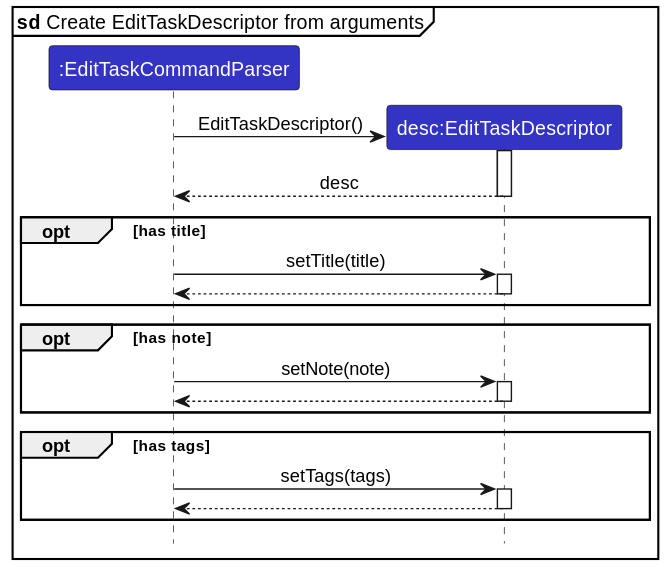
This is docs/assets/svg/dg/SDCreateEditTaskDescriptor.svg from pra-navi/tp, a PlantUML export, as it was before one commit.
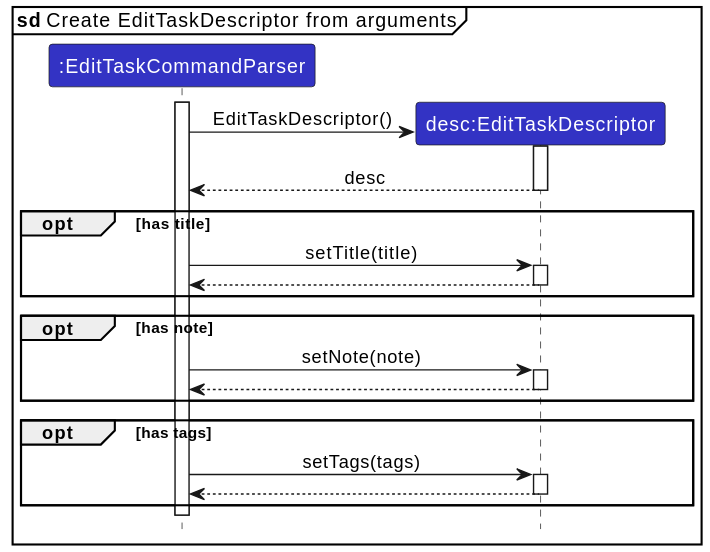
The same file after the commit.

The edit, as a diff of the source:
```diff
@@ -8,7 +8,8 @@
 participant ":EditTaskCommandParser" as EditTaskCommandParser LOGIC_COLOR
 participant "desc:EditTaskDescriptor" as EditTaskDescriptor LOGIC_COLOR
 
-create EditTaskCommandParser
+activate EditTaskCommandParser
+
 create EditTaskDescriptor
 
 EditTaskCommandParser -> EditTaskDescriptor : EditTaskDescriptor()
@@ -37,4 +38,6 @@
 deactivate EditTaskDescriptor
 end opt
 
+deactivate EditTaskCommandParser
+
 @enduml
```
